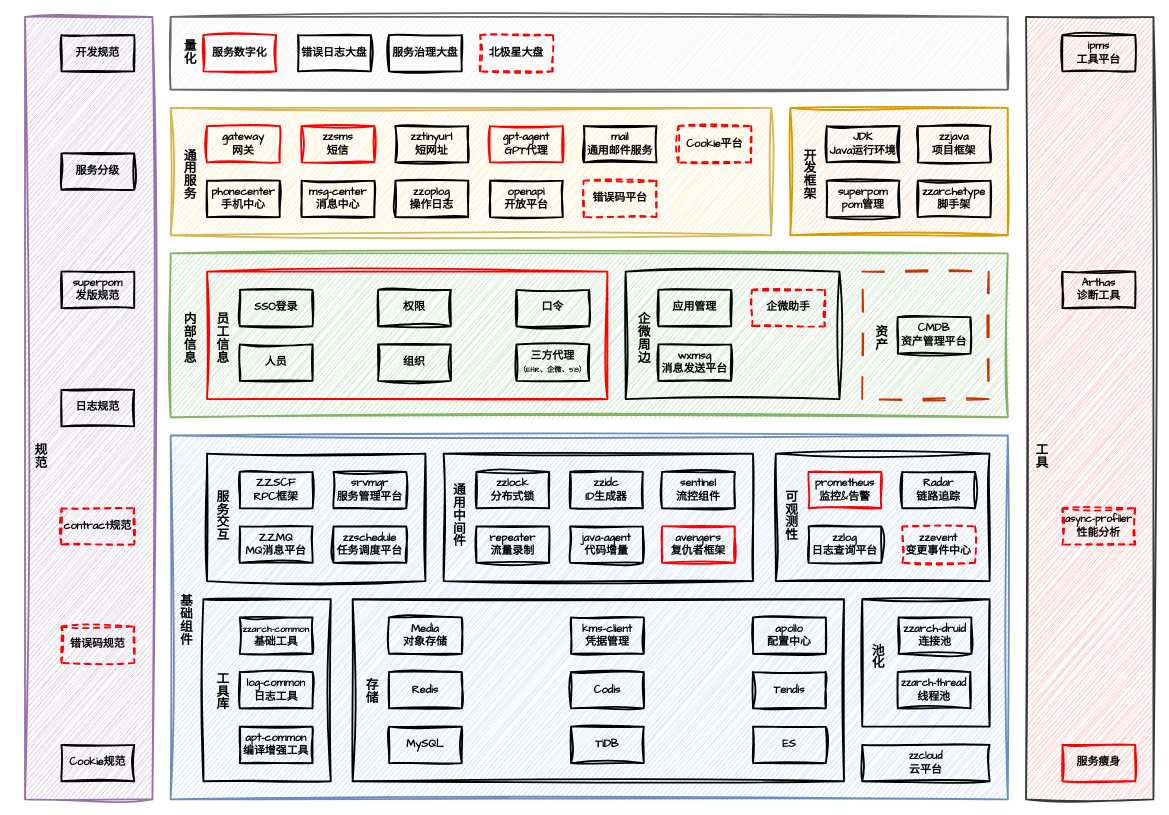
The draw.io diagram tech/arch/架构部技术体系.drawio in zhuanzhuan-tech/arch-draw-io, before the edit. Source tidied: cells renumbered, new cells numbered last; positions are measured from the earlier drawing's top-left corner, leaving out a move shared by most shapes. Both pictures are drawn from the tidied source at 91%, with x=0, y=0 at pixel (15, 16).
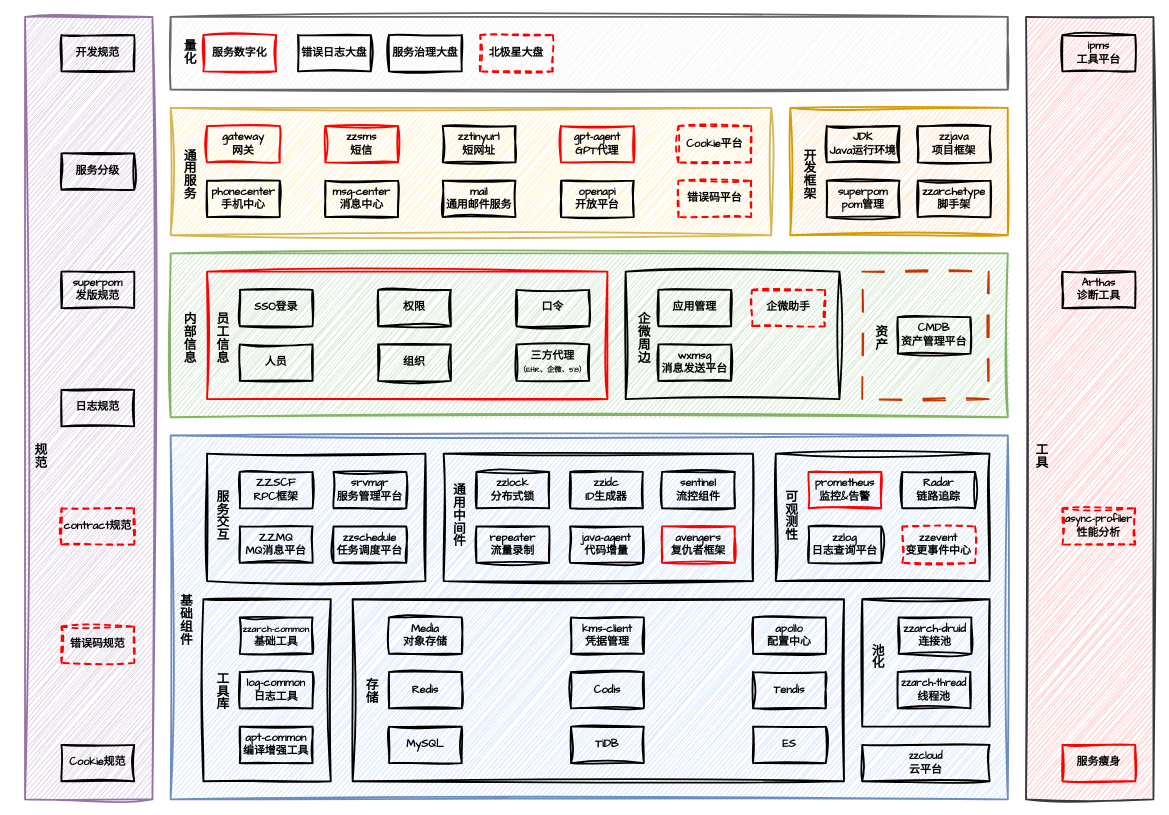
Above is the later version.

Commit message:
更新架构部技术体系.drawio

What changed in the source:
```diff
@@
     <mxCell id="60" value="&lt;b&gt;zztinyurl&lt;/b&gt;&lt;div&gt;&lt;b&gt;短网址&lt;/b&gt;&lt;/div&gt;" style="rounded=0;whiteSpace=wrap;html=1;hachureGap=4;fontFamily=Architects Daughter;fillColor=none;strokeWidth=2;sketch=1;curveFitting=1;jiggle=2;" parent="1" vertex="1">
-      <mxGeometry x="417" y="120" width="80" height="40" as="geometry" />
+      <mxGeometry x="469" y="120" width="80" height="40" as="geometry" />
     </mxCell>
@@
     <mxCell id="63" value="&lt;b&gt;zzsms&lt;/b&gt;&lt;div&gt;&lt;b&gt;短信&lt;/b&gt;&lt;/div&gt;" style="rounded=0;whiteSpace=wrap;html=1;hachureGap=4;fontFamily=Architects Daughter;fillColor=none;strokeWidth=2;strokeColor=#FF0000;sketch=1;curveFitting=1;jiggle=2;" parent="1" vertex="1">
-      <mxGeometry x="314" y="120" width="80" height="40" as="geometry" />
+      <mxGeometry x="340" y="120" width="80" height="40" as="geometry" />
     </mxCell>
     <mxCell id="64" value="&lt;b&gt;msg-center&lt;/b&gt;&lt;div&gt;&lt;b&gt;消息中心&lt;/b&gt;&lt;/div&gt;" style="rounded=0;whiteSpace=wrap;html=1;hachureGap=4;fontFamily=Architects Daughter;fillColor=none;strokeWidth=2;sketch=1;curveFitting=1;jiggle=2;" parent="1" vertex="1">
-      <mxGeometry x="314" y="180" width="80" height="40" as="geometry" />
+      <mxGeometry x="340" y="180" width="80" height="40" as="geometry" />
     </mxCell>
@@
     <mxCell id="66" value="&lt;b&gt;错误码平台&lt;/b&gt;" style="rounded=0;whiteSpace=wrap;html=1;hachureGap=4;fontFamily=Architects Daughter;fillColor=none;strokeWidth=2;dashed=1;strokeColor=#FF0000;sketch=1;curveFitting=1;jiggle=2;" parent="1" vertex="1">
-      <mxGeometry x="624" y="180" width="80" height="40" as="geometry" />
+      <mxGeometry x="728" y="180" width="80" height="40" as="geometry" />
     </mxCell>
@@
     <mxCell id="93" value="&lt;b&gt;openapi&lt;/b&gt;&lt;div&gt;&lt;b&gt;开放平台&lt;/b&gt;&lt;/div&gt;" style="rounded=0;whiteSpace=wrap;html=1;hachureGap=4;fontFamily=Architects Daughter;fillColor=none;strokeWidth=2;sketch=1;curveFitting=1;jiggle=2;" parent="1" vertex="1">
-      <mxGeometry x="521" y="180" width="80" height="40" as="geometry" />
+      <mxGeometry x="599" y="180" width="80" height="40" as="geometry" />
     </mxCell>
@@
-    <mxCell id="99" value="&lt;b&gt;zzoplog&lt;/b&gt;&lt;div&gt;&lt;b&gt;操作日志&lt;/b&gt;&lt;/div&gt;" style="rounded=0;whiteSpace=wrap;html=1;hachureGap=4;fontFamily=Architects Daughter;fillColor=none;strokeWidth=2;sketch=1;curveFitting=1;jiggle=2;" parent="1" vertex="1">
-      <mxGeometry x="417" y="180" width="80" height="40" as="geometry" />
-    </mxCell>
     <mxCell id="100" value="&lt;b&gt;gpt-agent&lt;/b&gt;&lt;br&gt;&lt;div&gt;&lt;b&gt;GPT代理&lt;/b&gt;&lt;/div&gt;" style="rounded=0;whiteSpace=wrap;html=1;hachureGap=4;fontFamily=Architects Daughter;fillColor=none;strokeWidth=2;sketch=1;curveFitting=1;jiggle=2;strokeColor=#FF0000;" parent="1" vertex="1">
-      <mxGeometry x="521" y="120" width="80" height="40" as="geometry" />
+      <mxGeometry x="599" y="120" width="80" height="40" as="geometry" />
     </mxCell>
     <mxCell id="101" value="&lt;b&gt;mail&lt;/b&gt;&lt;br&gt;&lt;div&gt;&lt;b&gt;通用邮件服务&lt;/b&gt;&lt;/div&gt;" style="rounded=0;whiteSpace=wrap;html=1;hachureGap=4;fontFamily=Architects Daughter;fillColor=none;strokeWidth=2;sketch=1;curveFitting=1;jiggle=2;" parent="1" vertex="1">
-      <mxGeometry x="624" y="120" width="80" height="40" as="geometry" />
+      <mxGeometry x="469" y="180" width="80" height="40" as="geometry" />
     </mxCell>
```
